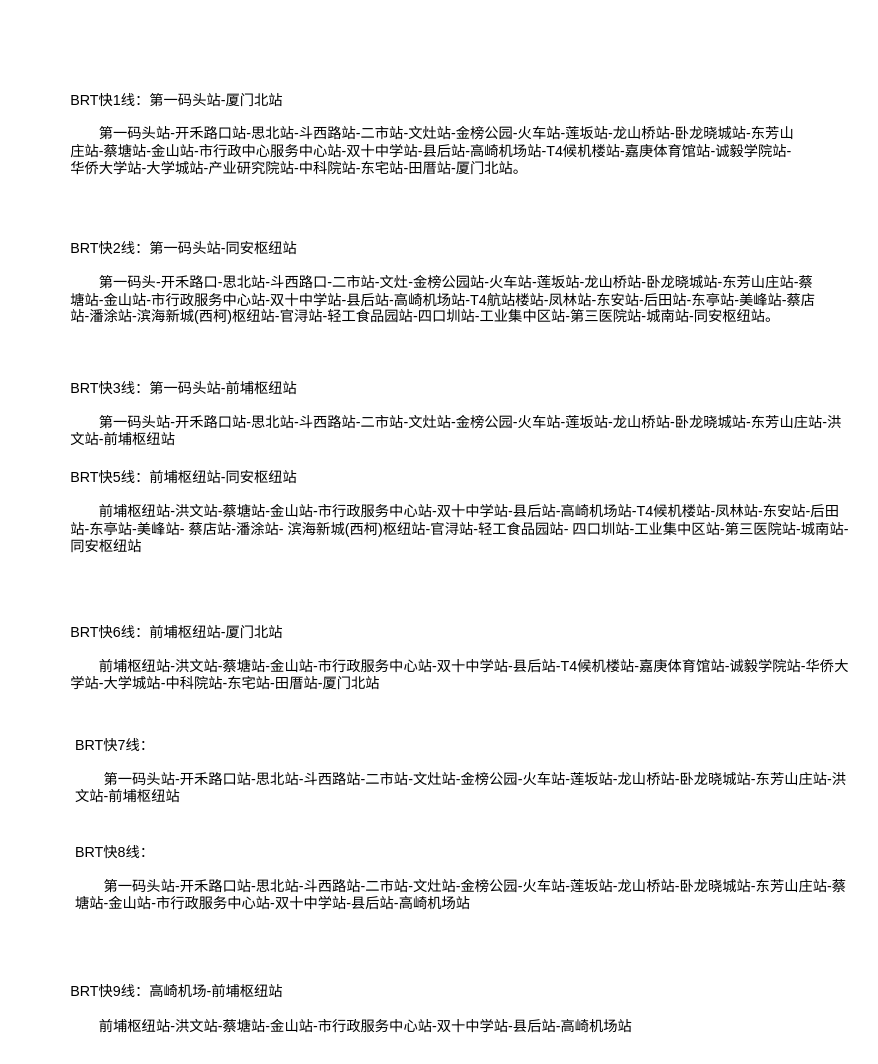
Before: page "BRT" (2 of 3) of source/厦门房地产.drawio in SmileCJX/processon, a draw.io diagram. Source tidied: cells renumbered, new cells numbered last; positions are measured from the earlier drawing's top-left corner, leaving out a move shared by most shapes. Both pictures are drawn from the tidied source at 119%, with x=0, y=0 at pixel (68, 68).
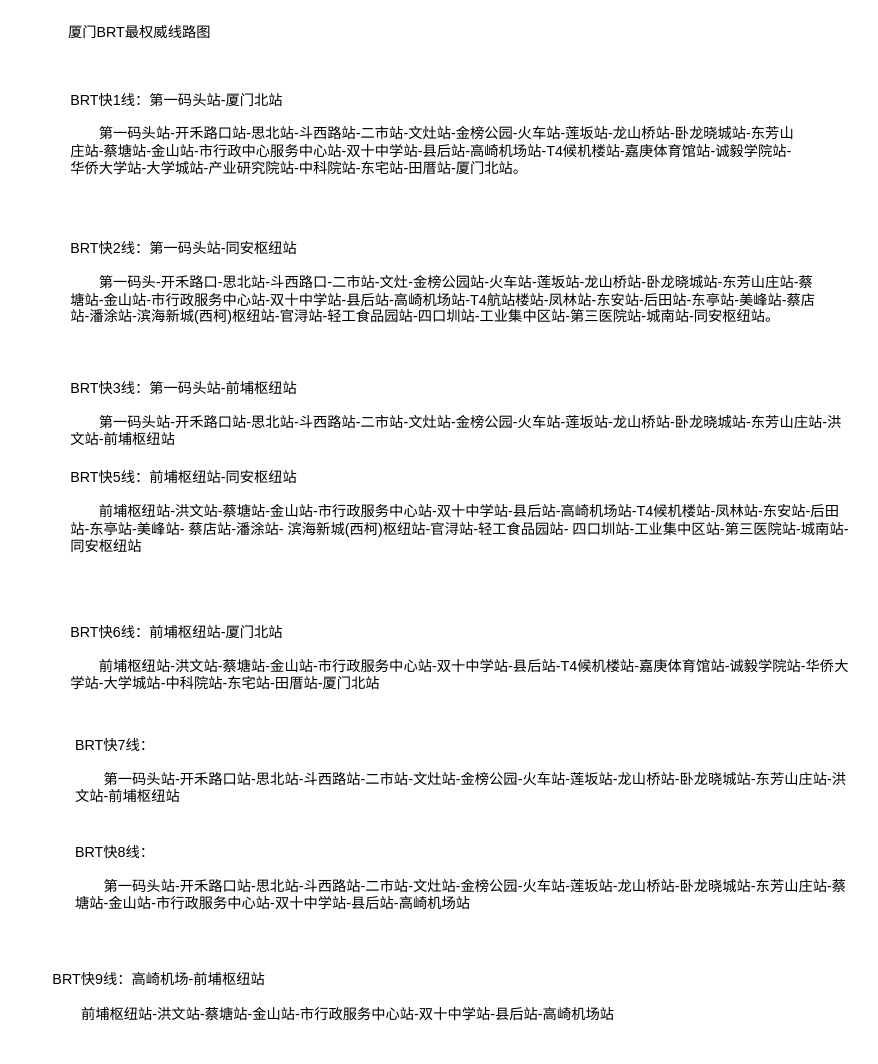
The same page after the edit.

Commit message (it also covers changes not shown here):
更新厦门房地产.drawio

Change to the diagram source:
```diff
@@
 <mxGraphModel>
   <root>
     <mxCell id="0" />
     <mxCell id="1" parent="0" />
     <mxCell id="2" value="&lt;div&gt;BRT快1线：第一码头站-厦门北站&lt;/div&gt;&lt;div&gt;&lt;br&gt;&lt;/div&gt;&lt;div&gt;　　第一码头站-开禾路口站-思北站-斗西路站-二市站-文灶站-金榜公园-火车站-莲坂站-龙山桥站-卧龙晓城站-东芳山庄站-蔡塘站-金山站-市行政中心服务中心站-双十中学站-县后站-高崎机场站-T4候机楼站-嘉庚体育馆站-诚毅学院站-华侨大学站-大学城站-产业研究院站-中科院站-东宅站-田厝站-厦门北站。&lt;/div&gt;" style="text;html=1;strokeColor=none;fillColor=none;align=left;verticalAlign=middle;whiteSpace=wrap;rounded=0;" parent="1" vertex="1">
       <mxGeometry width="610" height="110" as="geometry" />
     </mxCell>
     <mxCell id="3" value="&lt;div&gt;BRT快2线：第一码头站-同安枢纽站&lt;/div&gt;&lt;div&gt;&lt;br&gt;&lt;/div&gt;&lt;div&gt;　　第一码头-开禾路口-思北站-斗西路口-二市站-文灶-金榜公园站-火车站-莲坂站-龙山桥站-卧龙晓城站-东芳山庄站-蔡塘站-金山站-市行政服务中心站-双十中学站-县后站-高崎机场站-T4航站楼站-凤林站-东安站-后田站-东亭站-美峰站-蔡店站-潘涂站-滨海新城(西柯)枢纽站-官浔站-轻工食品园站-四口圳站-工业集中区站-第三医院站-城南站-同安枢纽站。&lt;/div&gt;" style="text;html=1;strokeColor=none;fillColor=none;align=left;verticalAlign=middle;whiteSpace=wrap;rounded=0;" parent="1" vertex="1">
       <mxGeometry y="170" width="630" height="20" as="geometry" />
     </mxCell>
     <mxCell id="4" value="&lt;div&gt;BRT快3线：第一码头站-前埔枢纽站&lt;/div&gt;&lt;div&gt;&lt;br&gt;&lt;/div&gt;&lt;div&gt;　　第一码头站-开禾路口站-思北站-斗西路站-二市站-文灶站-金榜公园-火车站-莲坂站-龙山桥站-卧龙晓城站-东芳山庄站-洪文站-前埔枢纽站&lt;/div&gt;" style="text;html=1;strokeColor=none;fillColor=none;align=left;verticalAlign=middle;whiteSpace=wrap;rounded=0;" parent="1" vertex="1">
       <mxGeometry y="260" width="660" height="60" as="geometry" />
     </mxCell>
     <mxCell id="5" value="&lt;div&gt;BRT快5线：前埔枢纽站-同安枢纽站&lt;/div&gt;&lt;div&gt;&lt;br&gt;&lt;/div&gt;&lt;div&gt;　　前埔枢纽站-洪文站-蔡塘站-金山站-市行政服务中心站-双十中学站-县后站-高崎机场站-T4候机楼站-凤林站-东安站-后田站-东亭站-美峰站- 蔡店站-潘涂站- 滨海新城(西柯)枢纽站-官浔站-轻工食品园站- 四口圳站-工业集中区站-第三医院站-城南站- 同安枢纽站&lt;/div&gt;&lt;div&gt;&lt;br&gt;&lt;/div&gt;" style="text;html=1;strokeColor=none;fillColor=none;align=left;verticalAlign=middle;whiteSpace=wrap;rounded=0;" parent="1" vertex="1">
       <mxGeometry y="350" width="660" height="60" as="geometry" />
     </mxCell>
     <mxCell id="6" value="&lt;div&gt;&lt;div&gt;BRT快6线：前埔枢纽站-厦门北站&lt;/div&gt;&lt;div&gt;&lt;br&gt;&lt;/div&gt;&lt;div&gt;　　前埔枢纽站-洪文站-蔡塘站-金山站-市行政服务中心站-双十中学站-县后站-T4候机楼站-嘉庚体育馆站-诚毅学院站-华侨大学站-大学城站-中科院站-东宅站-田厝站-厦门北站&lt;/div&gt;&lt;/div&gt;" style="text;html=1;strokeColor=none;fillColor=none;align=left;verticalAlign=middle;whiteSpace=wrap;rounded=0;" parent="1" vertex="1">
       <mxGeometry y="465" width="660" height="60" as="geometry" />
     </mxCell>
     <mxCell id="7" value="&lt;div&gt;BRT快7线：&lt;/div&gt;&lt;div&gt;&lt;br&gt;&lt;/div&gt;&lt;div&gt;　　第一码头站-开禾路口站-思北站-斗西路站-二市站-文灶站-金榜公园-火车站-莲坂站-龙山桥站-卧龙晓城站-东芳山庄站-洪文站-前埔枢纽站&lt;/div&gt;" style="text;html=1;strokeColor=none;fillColor=none;align=left;verticalAlign=middle;whiteSpace=wrap;rounded=0;" parent="1" vertex="1">
       <mxGeometry x="4" y="560" width="660" height="60" as="geometry" />
     </mxCell>
     <mxCell id="8" value="&lt;div&gt;BRT快8线：&lt;/div&gt;&lt;div&gt;&lt;br&gt;&lt;/div&gt;&lt;div&gt;　　第一码头站-开禾路口站-思北站-斗西路站-二市站-文灶站-金榜公园-火车站-莲坂站-龙山桥站-卧龙晓城站-东芳山庄站-蔡塘站-金山站-市行政服务中心站-双十中学站-县后站-高崎机场站&lt;/div&gt;" style="text;html=1;strokeColor=none;fillColor=none;align=left;verticalAlign=middle;whiteSpace=wrap;rounded=0;" parent="1" vertex="1">
       <mxGeometry x="4" y="650" width="660" height="60" as="geometry" />
     </mxCell>
     <mxCell id="9" value="&lt;div&gt;BRT快9线：高崎机场-前埔枢纽站&lt;/div&gt;&lt;div&gt;&lt;br&gt;&lt;/div&gt;&lt;div&gt;　　前埔枢纽站-洪文站-蔡塘站-金山站-市行政服务中心站-双十中学站-县后站-高崎机场站&lt;/div&gt;" style="text;html=1;strokeColor=none;fillColor=none;align=left;verticalAlign=middle;whiteSpace=wrap;rounded=0;" parent="1" vertex="1">
-      <mxGeometry y="760" width="660" height="60" as="geometry" />
+      <mxGeometry x="-15" y="750" width="660" height="60" as="geometry" />
     </mxCell>
+    <mxCell id="10" value="厦门BRT最权威线路图" style="text;html=1;strokeColor=none;fillColor=none;align=center;verticalAlign=middle;whiteSpace=wrap;rounded=0;" parent="1" vertex="1">
+      <mxGeometry x="-40" y="-40" width="200" height="20" as="geometry" />
+    </mxCell>
   </root>
 </mxGraphModel>
```
